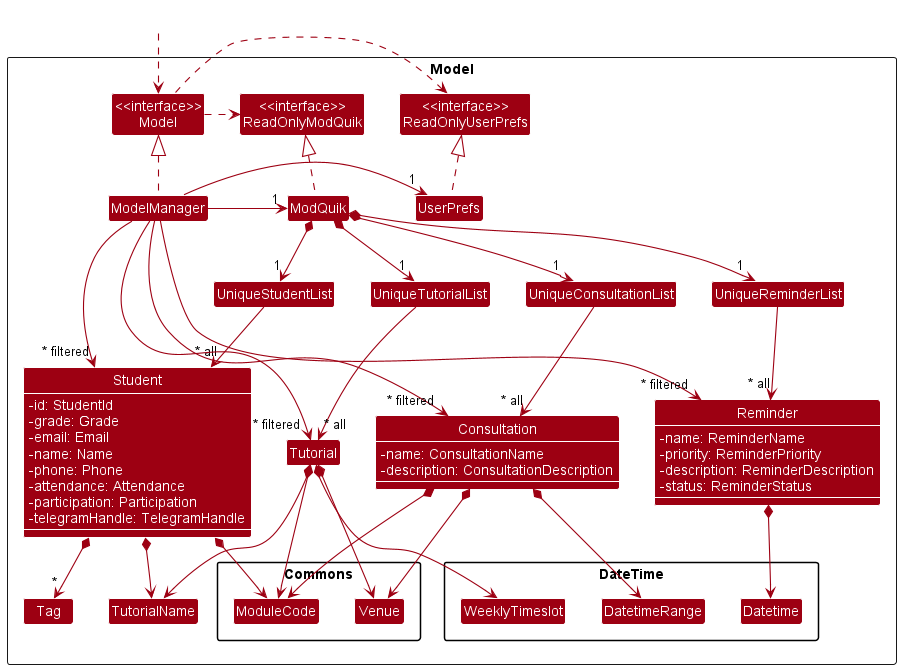
This is docs/images/ModelClassDiagram.png from nus-cs2103-AY2223S1/tp, a PlantUML export, as it was before one commit. Its source is kept beside it as docs/diagrams/ModelClassDiagram.puml.
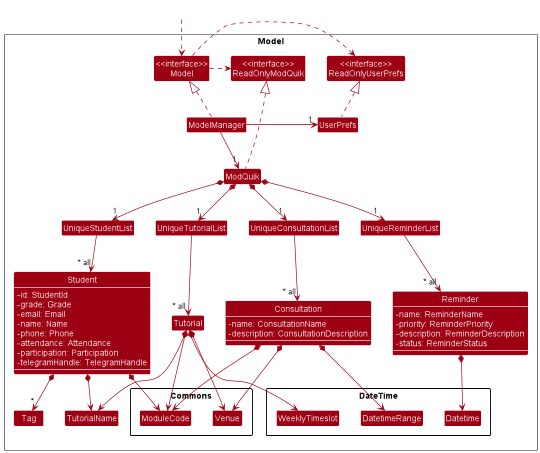
Later version of the same file.

Commit message:
Model Diagram

Diff of the diagram source:
```diff
@@ -73,7 +73,7 @@
 ModelManager .up.|> Model
 Model .right.> ReadOnlyUserPrefs
 Model .right.> ReadOnlyModQuik
-ModelManager -right-> "1" ModQuik
+ModelManager -down-> "1" ModQuik
 ModelManager -right-> "1" UserPrefs
 UserPrefs .up.|> ReadOnlyUserPrefs
 
@@ -100,10 +100,4 @@
 Tutorial *--> Venue
 Tutorial *--> WeeklyTimeslot
 
-Student -right[hidden]-> Tutorial
-
-ModelManager -->"~* filtered" Student
-ModelManager -->"~* filtered" Consultation
-ModelManager -->"~* filtered" Reminder
-ModelManager -->"~* filtered" Tutorial
 @enduml
```
